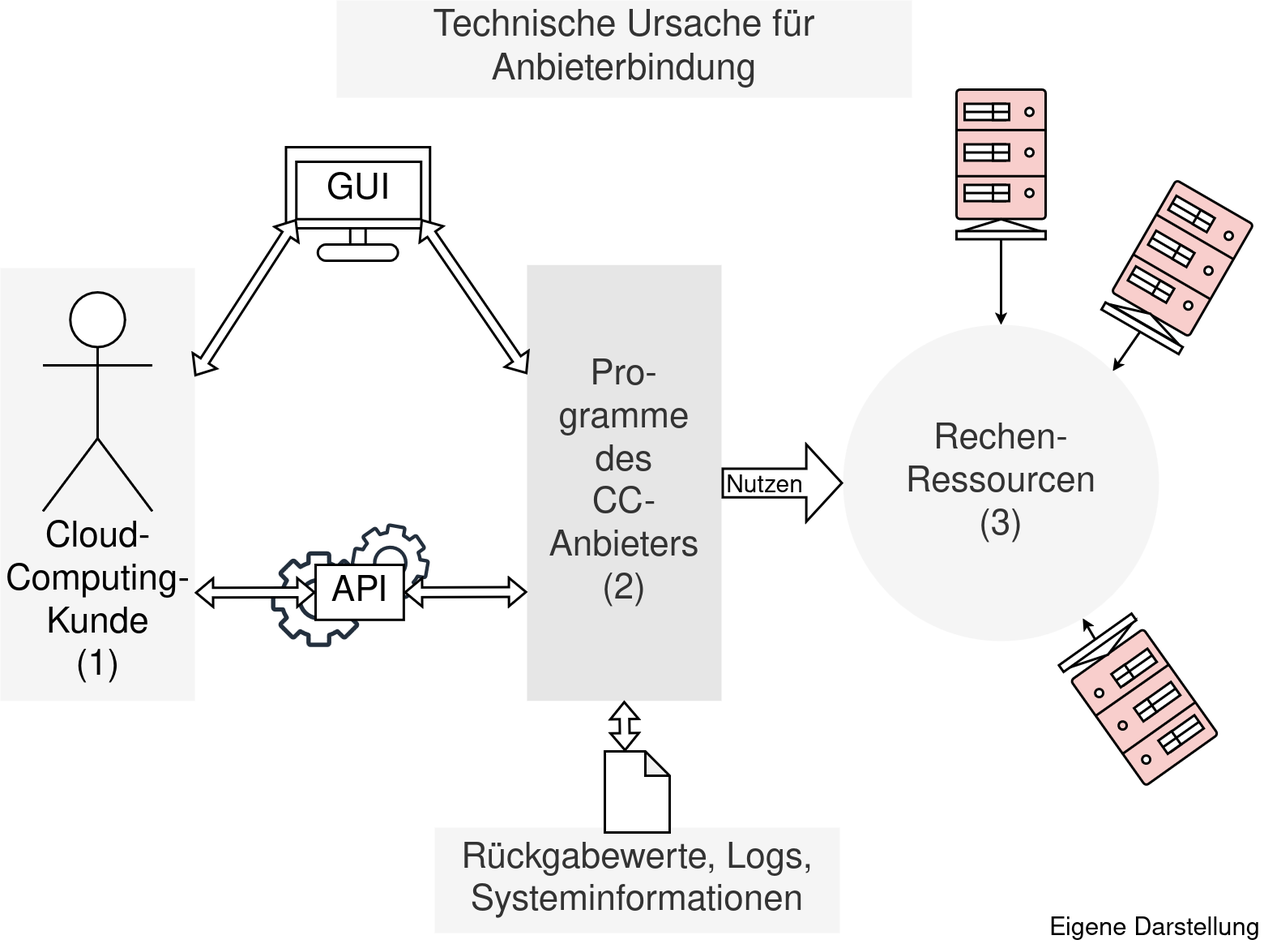
This is figures/technUr_Anbieterbindung.png from ben-kretschmer/Bachelorarbeit, a draw.io export, as it was before one commit. Source tidied: cells renumbered, new cells last; positions are measured from the earlier drawing's top-left corner, leaving out a move shared by most shapes.
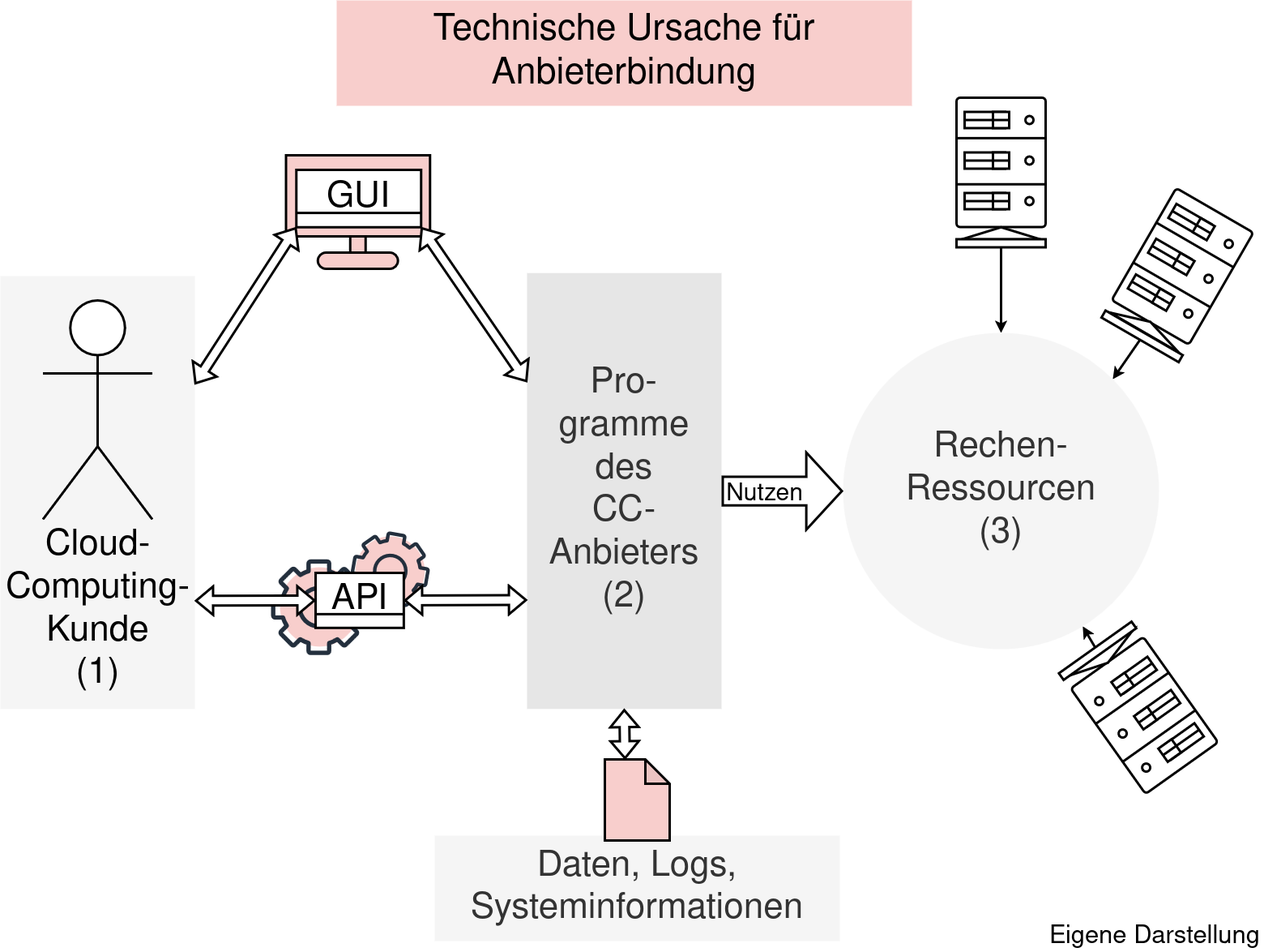
The same diagram one commit later.

Diff of the diagram source:
```diff
@@ -5,8 +5,8 @@
     <mxCell id="2" style="rounded=0;whiteSpace=wrap;html=1;fillColor=#f5f5f5;fontColor=#333333;strokeColor=none;" parent="1" vertex="1">
       <mxGeometry y="330" width="240" height="533.8" as="geometry" />
     </mxCell>
-    <mxCell id="3" value="&lt;font&gt;Technische Ursache für Anbieterbindung&lt;/font&gt;" style="text;html=1;whiteSpace=wrap;strokeColor=none;fillColor=#f5f5f5;align=center;verticalAlign=middle;rounded=0;fontColor=#333333;fontSize=45;" parent="1" vertex="1">
-      <mxGeometry x="415" width="710" height="120" as="geometry" />
+    <mxCell id="3" value="&lt;font&gt;Technische Ursache für Anbieterbindung&lt;/font&gt;" style="text;html=1;whiteSpace=wrap;strokeColor=none;fillColor=#f8cecc;align=center;verticalAlign=middle;rounded=0;fontSize=45;" parent="1" vertex="1">
+      <mxGeometry x="415" y="-10" width="710" height="130" as="geometry" />
     </mxCell>
     <mxCell id="4" value="&lt;font style=&quot;font-size: 31px;&quot;&gt;Eigene Darstellung&lt;/font&gt;" style="text;html=1;whiteSpace=wrap;strokeColor=none;fillColor=none;align=center;verticalAlign=middle;rounded=0;" parent="1" vertex="1">
       <mxGeometry x="1290" y="1130" width="270" height="30" as="geometry" />
@@ -17,7 +17,7 @@
     <mxCell id="6" style="group;fillColor=none;rotation=30;strokeWidth=3;" parent="1" vertex="1">
       <mxGeometry x="1398" y="236.2" width="110" height="184.5" as="geometry" />
     </mxCell>
-    <mxCell id="7" style="rounded=1;whiteSpace=wrap;html=1;arcSize=4;fillColor=#f8cecc;strokeColor=#000000;rotation=30;strokeWidth=3;" parent="6" vertex="1">
+    <mxCell id="7" style="rounded=1;whiteSpace=wrap;html=1;arcSize=4;rotation=30;strokeWidth=3;" parent="6" vertex="1">
       <mxGeometry x="6" y="2" width="110" height="159.5" as="geometry" />
     </mxCell>
     <mxCell id="8" style="endArrow=none;html=1;rounded=0;exitX=0;exitY=0.25;exitDx=0;exitDy=0;entryX=1;entryY=0.25;entryDx=0;entryDy=0;strokeWidth=3;" parent="6" edge="1">
@@ -77,7 +77,7 @@
     <mxCell id="24" style="group;fillColor=none;strokeWidth=3;" parent="1" vertex="1">
       <mxGeometry x="1180" y="110" width="110" height="184.5" as="geometry" />
     </mxCell>
-    <mxCell id="25" style="rounded=1;whiteSpace=wrap;html=1;arcSize=4;fillColor=#f8cecc;strokeColor=#000000;strokeWidth=3;" parent="24" vertex="1">
+    <mxCell id="25" style="rounded=1;whiteSpace=wrap;html=1;arcSize=4;strokeWidth=3;" parent="24" vertex="1">
       <mxGeometry width="110" height="159.5" as="geometry" />
     </mxCell>
     <mxCell id="26" style="endArrow=none;html=1;rounded=0;exitX=0;exitY=0.25;exitDx=0;exitDy=0;entryX=1;entryY=0.25;entryDx=0;entryDy=0;strokeWidth=3;" parent="24" edge="1">
@@ -134,10 +134,10 @@
     <mxCell id="41" style="ellipse;whiteSpace=wrap;html=1;strokeWidth=3;" parent="24" vertex="1">
       <mxGeometry x="85" y="22.5" width="10" height="10" as="geometry" />
     </mxCell>
-    <mxCell id="42" style="group;fillColor=none;rotation=144.6;strokeWidth=3;" parent="1" vertex="1">
+    <mxCell id="42" style="group;rotation=144.6;strokeWidth=3;" parent="1" vertex="1">
       <mxGeometry x="1350" y="770" width="110" height="184.5" as="geometry" />
     </mxCell>
-    <mxCell id="43" style="rounded=1;whiteSpace=wrap;html=1;arcSize=4;fillColor=#f8cecc;strokeColor=#000000;rotation=144.6;strokeWidth=3;" parent="42" vertex="1">
+    <mxCell id="43" style="rounded=1;whiteSpace=wrap;html=1;arcSize=4;rotation=144.6;strokeWidth=3;" parent="42" vertex="1">
       <mxGeometry x="7" y="22" width="110" height="159.5" as="geometry" />
     </mxCell>
     <mxCell id="44" style="endArrow=none;html=1;rounded=0;exitX=0;exitY=0.25;exitDx=0;exitDy=0;entryX=1;entryY=0.25;entryDx=0;entryDy=0;strokeWidth=3;" parent="42" edge="1">
@@ -185,7 +185,7 @@
     <mxCell id="56" style="rounded=0;whiteSpace=wrap;html=1;rotation=144.6;strokeWidth=3;" parent="42" vertex="1">
       <mxGeometry x="-51" y="17" width="110" height="10" as="geometry" />
     </mxCell>
-    <mxCell id="57" style="ellipse;whiteSpace=wrap;html=1;fillColor=none;rotation=144.6;strokeWidth=3;" parent="42" vertex="1">
+    <mxCell id="57" style="ellipse;whiteSpace=wrap;html=1;fillColor=default;rotation=144.6;strokeWidth=3;" parent="42" vertex="1">
       <mxGeometry x="30" y="119" width="10" height="10" as="geometry" />
     </mxCell>
     <mxCell id="58" style="ellipse;whiteSpace=wrap;html=1;rotation=144.6;strokeWidth=3;" parent="42" vertex="1">
@@ -214,18 +214,24 @@
     <mxCell id="65" style="endArrow=classic;html=1;rounded=0;exitX=0.5;exitY=1;exitDx=0;exitDy=0;strokeWidth=3;" parent="1" edge="1" source="56" target="5">
       <mxGeometry relative="1" as="geometry" />
     </mxCell>
-    <mxCell id="66" value="Rückgabewerte, Logs, Systeminformationen" style="text;html=1;whiteSpace=wrap;strokeColor=none;fillColor=#f5f5f5;align=center;verticalAlign=middle;rounded=0;fontSize=44;fontColor=#333333;" parent="1" vertex="1">
+    <mxCell id="66" value="Daten, Logs, Systeminformationen" style="text;html=1;whiteSpace=wrap;strokeColor=none;fillColor=#f5f5f5;align=center;verticalAlign=middle;rounded=0;fontSize=44;fontColor=#333333;" parent="1" vertex="1">
       <mxGeometry x="536" y="1020" width="500" height="130" as="geometry" />
     </mxCell>
     <mxCell id="67" value="&lt;div&gt;&lt;font style=&quot;font-size: 44px;&quot;&gt;Cloud-&lt;/font&gt;&lt;/div&gt;&lt;div&gt;&lt;font style=&quot;font-size: 44px;&quot;&gt;Computing-&lt;/font&gt;&lt;/div&gt;&lt;div&gt;&lt;font style=&quot;font-size: 44px;&quot;&gt;Kunde&lt;/font&gt;&lt;/div&gt;&lt;div&gt;&lt;font style=&quot;font-size: 44px;&quot;&gt;(1)&lt;/font&gt;&lt;/div&gt;" style="shape=umlActor;verticalLabelPosition=bottom;verticalAlign=top;html=1;strokeWidth=3;" parent="1" vertex="1">
       <mxGeometry x="52.5" y="360" width="135" height="270" as="geometry" />
     </mxCell>
-    <mxCell id="68" style="shape=note;whiteSpace=wrap;html=1;backgroundOutline=1;darkOpacity=0.05;strokeWidth=3;" parent="1" vertex="1">
+    <mxCell id="68" style="shape=note;whiteSpace=wrap;html=1;backgroundOutline=1;darkOpacity=0.05;strokeWidth=3;fillColor=#f8cecc;strokeColor=default;" parent="1" vertex="1">
       <mxGeometry x="746" y="926" width="80" height="100" as="geometry" />
     </mxCell>
     <mxCell id="69" style="group;strokeWidth=1;" parent="1" vertex="1">
-      <mxGeometry x="334" y="638" width="202.6" height="159.4" as="geometry" />
+      <mxGeometry x="334" y="638" width="202.6" height="165.1" as="geometry" />
     </mxCell>
+    <mxCell id="84" style="ellipse;whiteSpace=wrap;html=1;fillColor=#f8cecc;strokeColor=none;rotation=45;" parent="69" vertex="1">
+      <mxGeometry x="11" y="51" width="97.8" height="97.8" as="geometry" />
+    </mxCell>
+    <mxCell id="85" style="ellipse;whiteSpace=wrap;html=1;fillColor=#f8cecc;strokeColor=none;rotation=-1.9;" parent="69" vertex="1">
+      <mxGeometry x="104.2" y="12.8" width="85.6" height="85.6" as="geometry" />
+    </mxCell>
     <mxCell id="70" style="sketch=0;fontColor=#232F3E;gradientColor=none;fillColor=#232F3D;strokeColor=none;verticalLabelPosition=bottom;verticalAlign=top;align=center;html=1;fontSize=12;fontStyle=0;shape=mxgraph.aws4.gear;strokeWidth=1;" parent="69" vertex="1">
       <mxGeometry y="41.4" width="118" height="118" as="geometry" />
     </mxCell>
@@ -235,27 +241,33 @@
     <mxCell id="72" value="&lt;span style=&quot;background-color: rgb(255, 255, 255);&quot;&gt;&lt;font style=&quot;font-size: 44px;&quot;&gt;API&lt;/font&gt;&lt;/span&gt;" style="text;html=1;whiteSpace=wrap;strokeColor=default;fillColor=default;align=center;verticalAlign=middle;rounded=0;spacing=0;strokeWidth=3;" parent="69" vertex="1">
       <mxGeometry x="55" y="58" width="108.9" height="67.8" as="geometry" />
     </mxCell>
+    <mxCell id="86" style="endArrow=none;html=1;rounded=0;strokeWidth=3;entryX=1;entryY=0.75;entryDx=0;entryDy=0;exitX=0;exitY=0.75;exitDx=0;exitDy=0;" parent="69" edge="1" source="72" target="72">
+      <mxGeometry relative="1" as="geometry" />
+    </mxCell>
     <mxCell id="73" style="shape=flexArrow;endArrow=classic;startArrow=classic;html=1;rounded=0;entryX=0;entryY=0.75;entryDx=0;entryDy=0;strokeWidth=3;exitX=1;exitY=0.5;exitDx=0;exitDy=0;fillColor=default;" parent="1" edge="1" source="72" target="60">
       <mxGeometry relative="1" as="geometry" />
     </mxCell>
     <mxCell id="74" style="group;strokeWidth=7;" parent="1" vertex="1">
       <mxGeometry x="352.4" y="181" width="177.8" height="140" as="geometry" />
     </mxCell>
-    <mxCell id="75" style="rounded=0;whiteSpace=wrap;html=1;strokeWidth=3;" parent="74" vertex="1">
+    <mxCell id="75" style="rounded=0;whiteSpace=wrap;html=1;strokeWidth=3;fillColor=#f8cecc;strokeColor=default;" parent="74" vertex="1">
       <mxGeometry width="177.8" height="100" as="geometry" />
     </mxCell>
     <mxCell id="76" style="group;" parent="74" vertex="1">
       <mxGeometry x="28.9" y="15" width="138" height="125" as="geometry" />
     </mxCell>
-    <mxCell id="77" style="rounded=0;whiteSpace=wrap;html=1;strokeWidth=3;" parent="76" vertex="1">
+    <mxCell id="77" style="rounded=0;whiteSpace=wrap;html=1;strokeWidth=3;fillColor=#f8cecc;strokeColor=default;" parent="76" vertex="1">
       <mxGeometry x="50.5" y="85" width="19" height="20" as="geometry" />
     </mxCell>
-    <mxCell id="78" style="rounded=1;whiteSpace=wrap;html=1;arcSize=50;strokeWidth=3;" parent="76" vertex="1">
+    <mxCell id="78" style="rounded=1;whiteSpace=wrap;html=1;arcSize=50;strokeWidth=3;fillColor=#f8cecc;strokeColor=default;" parent="76" vertex="1">
       <mxGeometry x="10.6" y="105" width="98.9" height="20" as="geometry" />
     </mxCell>
-    <mxCell id="79" value="&lt;font style=&quot;font-size: 44px;&quot;&gt;GUI&lt;/font&gt;" style="text;html=1;whiteSpace=wrap;strokeColor=default;fillColor=none;align=center;verticalAlign=middle;rounded=0;strokeWidth=3;" parent="74" vertex="1">
+    <mxCell id="79" value="&lt;font style=&quot;font-size: 44px;&quot;&gt;GUI&lt;/font&gt;" style="text;html=1;whiteSpace=wrap;strokeColor=default;fillColor=default;align=center;verticalAlign=middle;rounded=0;strokeWidth=3;" parent="74" vertex="1">
       <mxGeometry x="12.9" y="18" width="154" height="70.8" as="geometry" />
     </mxCell>
+    <mxCell id="87" style="endArrow=none;html=1;rounded=0;entryX=1;entryY=0.75;entryDx=0;entryDy=0;exitX=0;exitY=0.75;exitDx=0;exitDy=0;strokeWidth=3;" parent="74" edge="1" source="79" target="79">
+      <mxGeometry relative="1" as="geometry" />
+    </mxCell>
     <mxCell id="80" style="shape=flexArrow;endArrow=classic;startArrow=classic;html=1;rounded=0;entryX=1;entryY=1;entryDx=0;entryDy=0;exitX=0;exitY=0.25;exitDx=0;exitDy=0;strokeWidth=3;fillColor=default;" parent="1" edge="1" source="60" target="79">
       <mxGeometry relative="1" as="geometry" />
     </mxCell>
```
